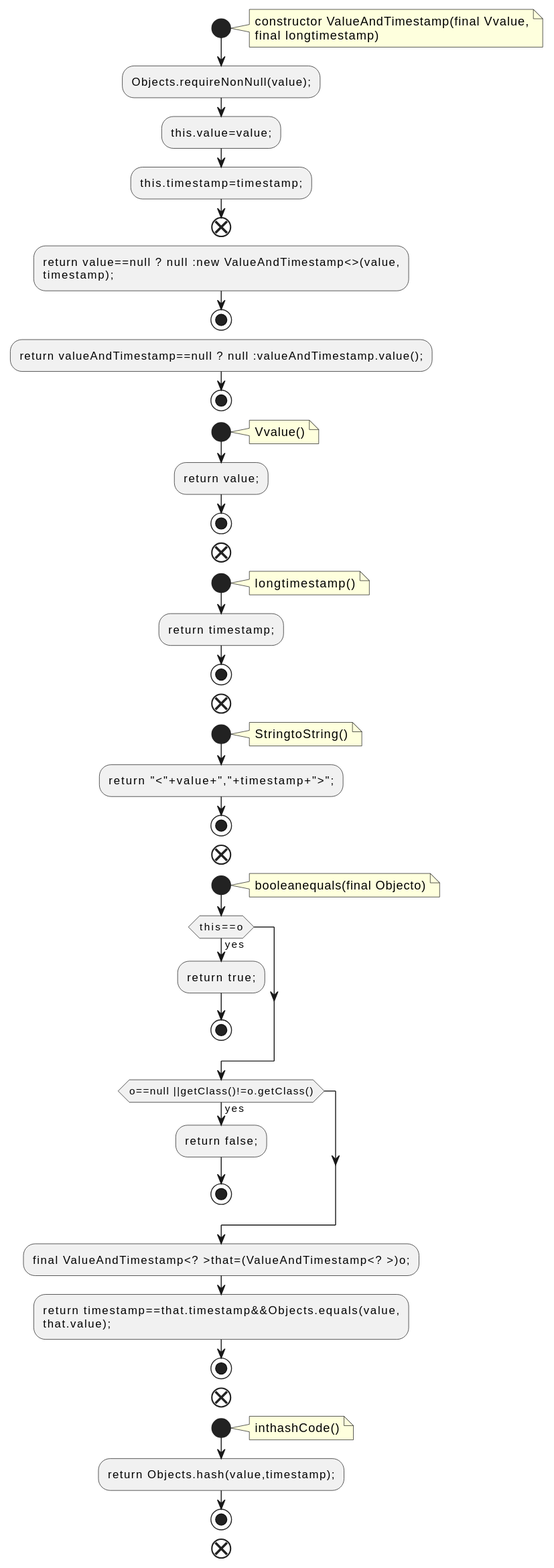
qualitesys/kafka keeps this PlantUML diagram as docs/qc/streams/src/main/java/org/apache/kafka/streams/state/ValueAndTimestamp.java.fct.svg. Above is the earlier version.
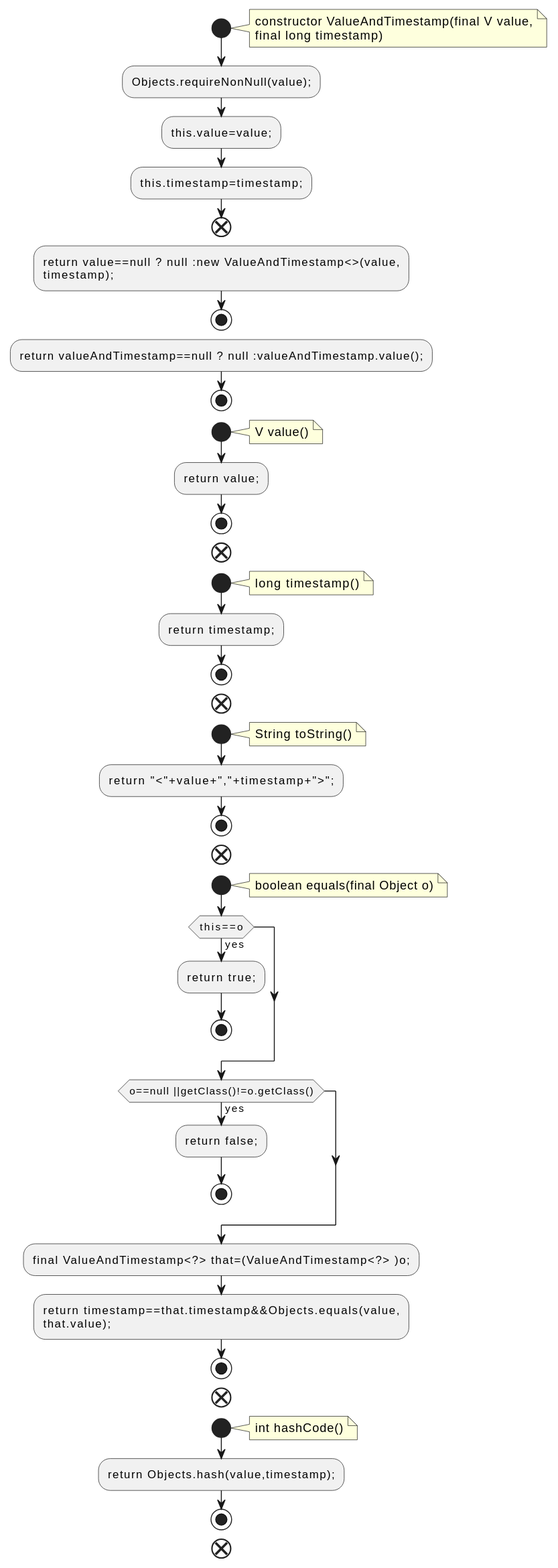
Later version of the same file.

Diff of the diagram source:
```diff
@@ -2,8 +2,8 @@
 !pragma layout smetana
 start
 note right
-constructor ValueAndTimestamp(final Vvalue,
-final longtimestamp)
+constructor ValueAndTimestamp(final V value,
+final long timestamp)
 end note
 :Objects.requireNonNull(value);;
 :this.value=value;;
@@ -16,28 +16,28 @@
 stop
 start
 note right
-Vvalue()
+V value()
 end note
 :return value;;
 stop
 end
 start
 note right
-longtimestamp()
+long timestamp()
 end note
 :return timestamp;;
 stop
 end
 start
 note right
-StringtoString()
+String toString()
 end note
 :return "<"+value+","+timestamp+">";;
 stop
 end
 start
 note right
-booleanequals(final Objecto)
+boolean equals(final Object o)
 end note
 if (this==o) then (yes)
 :return true;;
@@ -47,14 +47,14 @@
 :return false;;
 stop
 endif
-:final ValueAndTimestamp<? >that=(ValueAndTimestamp<? >)o;;
+:final ValueAndTimestamp<?> that=(ValueAndTimestamp<?> )o;;
 :return timestamp==that.timestamp&&Objects.equals(value,
 that.value);;
 stop
 end
 start
 note right
-inthashCode()
+int hashCode()
 end note
 :return Objects.hash(value,timestamp);;
 stop
```
